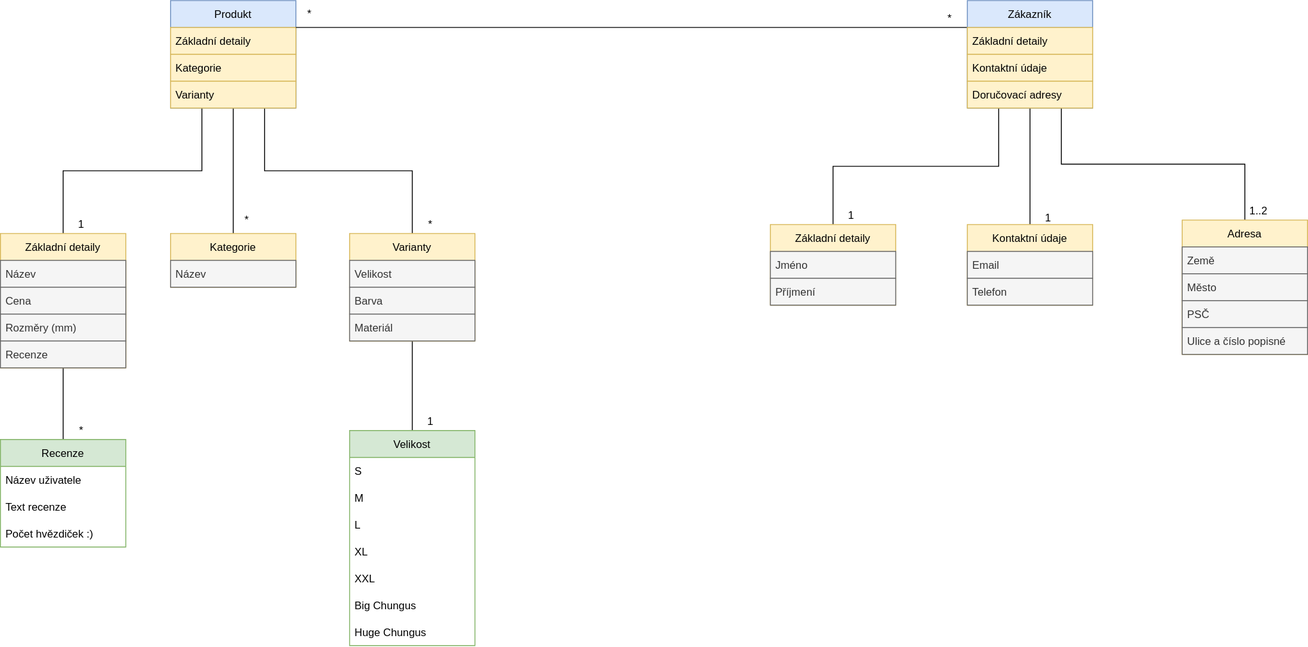
TomasKelbasa/diagrams.net keeps this draw.io diagram as Eshop.drawio.svg. Above is the earlier version. Source tidied: cells renumbered, new cells last; positions are measured from the earlier drawing's top-left corner, leaving out a move shared by most shapes.
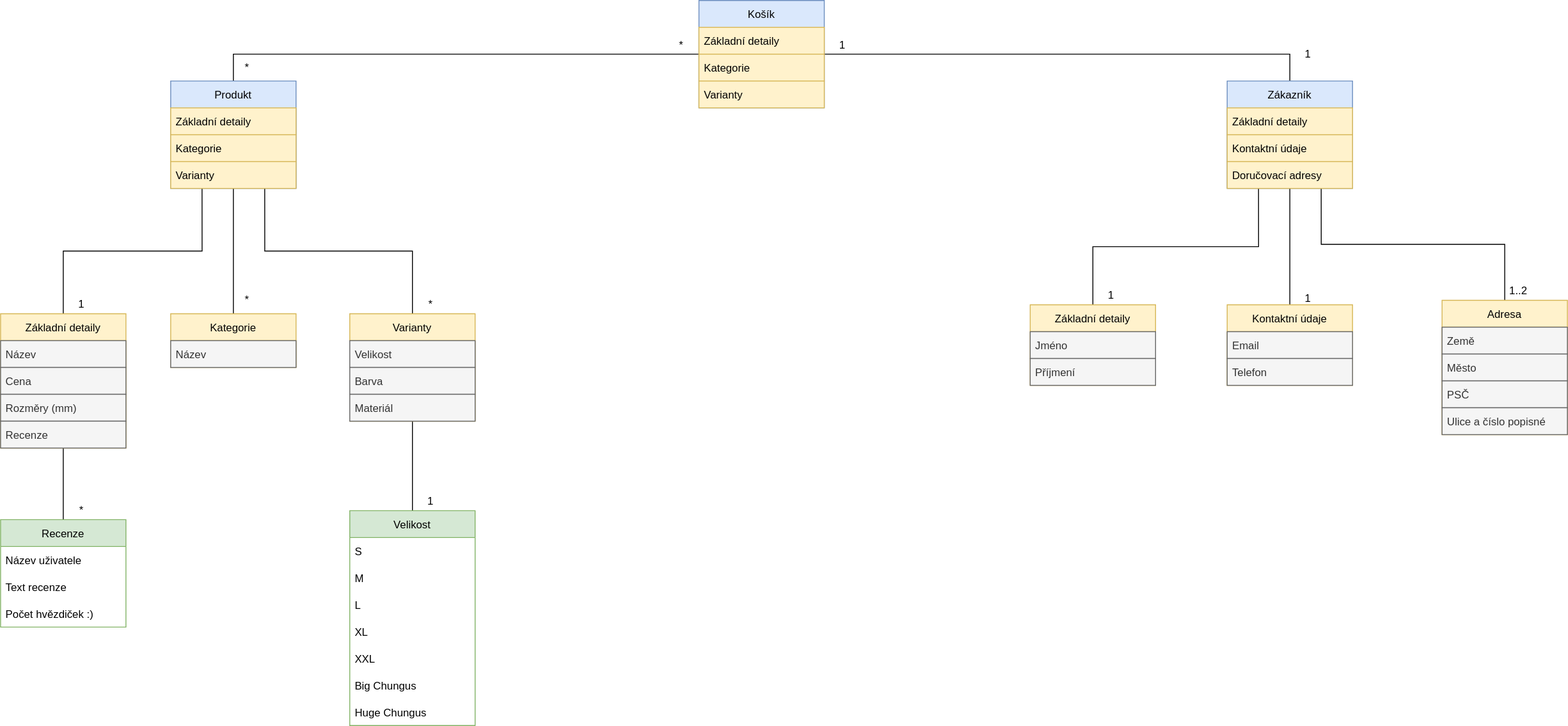
The same file after the commit.

Change to the diagram source:
```diff
@@ -11,6 +11,9 @@
     <mxCell id="4" style="edgeStyle=orthogonalEdgeStyle;rounded=0;jettySize=auto;html=1;exitX=0.75;exitY=1;exitDx=0;exitDy=0;entryX=0.5;entryY=0;entryDx=0;entryDy=0;endArrow=none;endFill=0;" parent="1" edge="1" source="5" target="41">
       <mxGeometry relative="1" as="geometry" />
     </mxCell>
+    <mxCell id="63" style="edgeStyle=orthogonalEdgeStyle;rounded=0;jettySize=auto;html=1;exitX=0.5;exitY=0;exitDx=0;exitDy=0;endArrow=none;endFill=0;" parent="1" edge="1" source="5" target="65">
+      <mxGeometry relative="1" as="geometry" />
+    </mxCell>
     <mxCell id="5" value="Produkt" style="swimlane;fontStyle=0;horizontal=1;startSize=30;fillColor=#dae8fc;strokeColor=#6c8ebf;" parent="1" vertex="1">
       <mxGeometry x="190" width="140" height="120" as="geometry" />
     </mxCell>
@@ -32,11 +35,11 @@
     <mxCell id="11" style="edgeStyle=orthogonalEdgeStyle;rounded=0;jettySize=auto;html=1;exitX=0.75;exitY=1;exitDx=0;exitDy=0;entryX=0.5;entryY=0;entryDx=0;entryDy=0;endArrow=none;endFill=0;" parent="1" edge="1" source="13" target="35">
       <mxGeometry relative="1" as="geometry" />
     </mxCell>
-    <mxCell id="12" style="edgeStyle=orthogonalEdgeStyle;rounded=0;jettySize=auto;html=1;exitX=0;exitY=0.25;exitDx=0;exitDy=0;entryX=1;entryY=0.25;entryDx=0;entryDy=0;endArrow=none;endFill=0;" parent="1" edge="1" source="13" target="5">
-      <mxGeometry relative="1" as="geometry" />
-    </mxCell>
+    <mxCell id="64" style="edgeStyle=orthogonalEdgeStyle;rounded=0;jettySize=auto;html=1;exitX=0.5;exitY=0;exitDx=0;exitDy=0;entryX=1;entryY=0.5;entryDx=0;entryDy=0;endArrow=none;endFill=0;" parent="1" edge="1" source="13" target="65">
+      <mxGeometry relative="1" as="geometry" />
+    </mxCell>
     <mxCell id="13" value="Zákazník" style="swimlane;fontStyle=0;horizontal=1;startSize=30;fillColor=#dae8fc;strokeColor=#6c8ebf;" parent="1" vertex="1">
-      <mxGeometry x="1080" width="140" height="120" as="geometry" />
+      <mxGeometry x="1370" width="140" height="120" as="geometry" />
     </mxCell>
     <mxCell id="14" value="Základní detaily" style="text;strokeColor=#d6b656;fillColor=#fff2cc;align=left;verticalAlign=middle;spacingLeft=4;spacingRight=4;overflow=hidden;" parent="13" vertex="1">
       <mxGeometry y="30" width="140" height="30" as="geometry" />
@@ -84,7 +87,7 @@
       <mxGeometry y="30" width="140" height="30" as="geometry" />
     </mxCell>
     <mxCell id="29" value="Základní detaily" style="swimlane;fontStyle=0;horizontal=1;startSize=30;fillColor=#fff2cc;strokeColor=#d6b656;" parent="1" vertex="1">
-      <mxGeometry x="860" y="250" width="140" height="90" as="geometry" />
+      <mxGeometry x="1150" y="250" width="140" height="90" as="geometry" />
     </mxCell>
     <mxCell id="30" value="Jméno" style="text;strokeColor=#666666;fillColor=#f5f5f5;align=left;verticalAlign=middle;spacingLeft=4;spacingRight=4;overflow=hidden;fontColor=#333333;" parent="29" vertex="1">
       <mxGeometry y="30" width="140" height="30" as="geometry" />
@@ -93,7 +96,7 @@
       <mxGeometry y="60" width="140" height="30" as="geometry" />
     </mxCell>
     <mxCell id="32" value="Kontaktní údaje" style="swimlane;fontStyle=0;horizontal=1;startSize=30;fillColor=#fff2cc;strokeColor=#d6b656;" parent="1" vertex="1">
-      <mxGeometry x="1080" y="250" width="140" height="90" as="geometry" />
+      <mxGeometry x="1370" y="250" width="140" height="90" as="geometry" />
     </mxCell>
     <mxCell id="33" value="Email" style="text;strokeColor=#666666;fillColor=#f5f5f5;align=left;verticalAlign=middle;spacingLeft=4;spacingRight=4;overflow=hidden;fontColor=#333333;" parent="32" vertex="1">
       <mxGeometry y="30" width="140" height="30" as="geometry" />
@@ -102,7 +105,7 @@
       <mxGeometry y="60" width="140" height="30" as="geometry" />
     </mxCell>
     <mxCell id="35" value="Adresa" style="swimlane;fontStyle=0;horizontal=1;startSize=30;fillColor=#fff2cc;strokeColor=#d6b656;" parent="1" vertex="1">
-      <mxGeometry x="1320" y="245" width="140" height="150" as="geometry" />
+      <mxGeometry x="1610" y="245" width="140" height="150" as="geometry" />
     </mxCell>
     <mxCell id="36" value="Země" style="text;strokeColor=#666666;fillColor=#f5f5f5;align=left;verticalAlign=middle;spacingLeft=4;spacingRight=4;overflow=hidden;fontColor=#333333;" parent="35" vertex="1">
       <mxGeometry y="30" width="140" height="30" as="geometry" />
@@ -171,19 +174,37 @@
       <mxGeometry x="465" y="455" width="30" height="30" as="geometry" />
     </mxCell>
     <mxCell id="58" value="1" style="text;html=1;align=center;verticalAlign=middle;strokeColor=none;fillColor=none;" parent="1" vertex="1">
-      <mxGeometry x="935" y="225" width="30" height="30" as="geometry" />
+      <mxGeometry x="1225" y="225" width="30" height="30" as="geometry" />
     </mxCell>
     <mxCell id="59" value="&lt;br&gt;1" style="text;html=1;align=center;verticalAlign=middle;strokeColor=none;fillColor=none;" parent="1" vertex="1">
-      <mxGeometry x="1155" y="215" width="30" height="40" as="geometry" />
+      <mxGeometry x="1445" y="215" width="30" height="40" as="geometry" />
     </mxCell>
     <mxCell id="60" value="1..2" style="text;html=1;align=center;verticalAlign=middle;strokeColor=none;fillColor=none;" parent="1" vertex="1">
-      <mxGeometry x="1385" y="220" width="40" height="30" as="geometry" />
+      <mxGeometry x="1675" y="220" width="40" height="30" as="geometry" />
     </mxCell>
-    <mxCell id="61" value="*" style="text;html=1;align=center;verticalAlign=middle;strokeColor=none;fillColor=none;" parent="1" vertex="1">
-      <mxGeometry x="330" width="30" height="30" as="geometry" />
-    </mxCell>
-    <mxCell id="62" value="*" style="text;html=1;align=center;verticalAlign=middle;strokeColor=none;fillColor=none;" parent="1" vertex="1">
-      <mxGeometry x="1045" y="5" width="30" height="30" as="geometry" />
-    </mxCell>
+    <mxCell id="65" value="Košík" style="swimlane;fontStyle=0;horizontal=1;startSize=30;fillColor=#dae8fc;strokeColor=#6c8ebf;" parent="1" vertex="1">
+      <mxGeometry x="780" y="-90" width="140" height="120" as="geometry" />
+    </mxCell>
+    <mxCell id="66" value="Základní detaily" style="text;strokeColor=#d6b656;fillColor=#fff2cc;align=left;verticalAlign=middle;spacingLeft=4;spacingRight=4;overflow=hidden;" parent="65" vertex="1">
+      <mxGeometry y="30" width="140" height="30" as="geometry" />
+    </mxCell>
+    <mxCell id="67" value="Kategorie" style="text;strokeColor=#d6b656;fillColor=#fff2cc;align=left;verticalAlign=middle;spacingLeft=4;spacingRight=4;overflow=hidden;" parent="65" vertex="1">
+      <mxGeometry y="60" width="140" height="30" as="geometry" />
+    </mxCell>
+    <mxCell id="68" value="Varianty" style="text;strokeColor=#d6b656;fillColor=#fff2cc;align=left;verticalAlign=middle;spacingLeft=4;spacingRight=4;overflow=hidden;" parent="65" vertex="1">
+      <mxGeometry y="90" width="140" height="30" as="geometry" />
+    </mxCell>
+    <mxCell id="69" value="1" style="text;html=1;align=center;verticalAlign=middle;strokeColor=none;fillColor=none;" parent="1" vertex="1">
+      <mxGeometry x="925" y="-55" width="30" height="30" as="geometry" />
+    </mxCell>
+    <mxCell id="70" value="1" style="text;html=1;align=center;verticalAlign=middle;strokeColor=none;fillColor=none;" parent="1" vertex="1">
+      <mxGeometry x="1445" y="-45" width="30" height="30" as="geometry" />
+    </mxCell>
+    <mxCell id="71" value="*" style="text;html=1;align=center;verticalAlign=middle;strokeColor=none;fillColor=none;" parent="1" vertex="1">
+      <mxGeometry x="745" y="-55" width="30" height="30" as="geometry" />
+    </mxCell>
+    <mxCell id="72" value="*" style="text;html=1;align=center;verticalAlign=middle;strokeColor=none;fillColor=none;" parent="1" vertex="1">
+      <mxGeometry x="260" y="-30" width="30" height="30" as="geometry" />
+    </mxCell>
   </root>
 </mxGraphModel>
```
